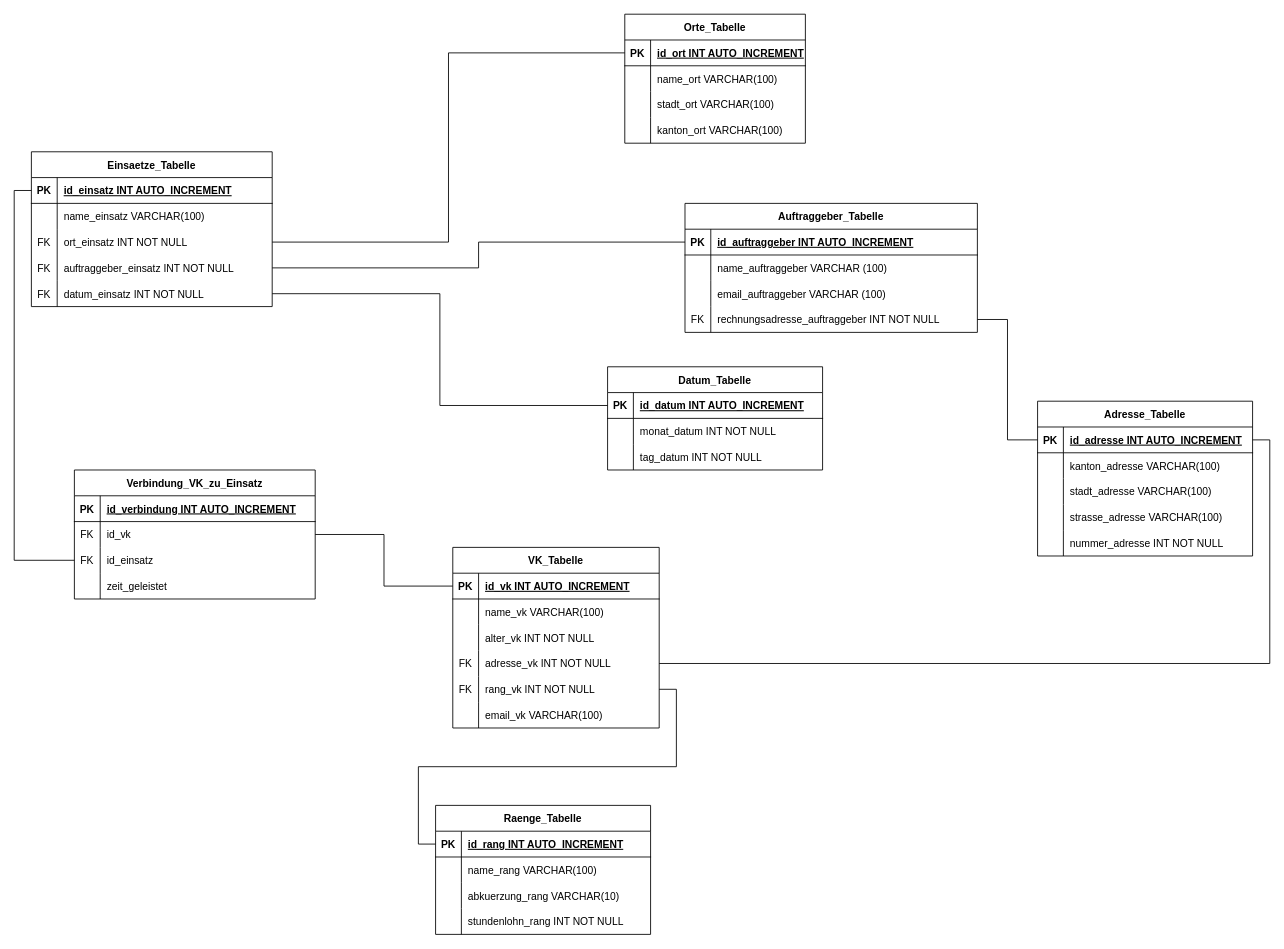
This is ERM_Datenbank.drawio from CMSuisse/ef5-Datenbank-Projekt, a draw.io file, before an edit. Source tidied: cells renumbered, new cells numbered last; positions are measured from the earlier drawing's top-left corner, leaving out a move shared by most shapes. Both pictures are drawn from the tidied source at 86%, with x=0, y=0 at pixel (31, 14).
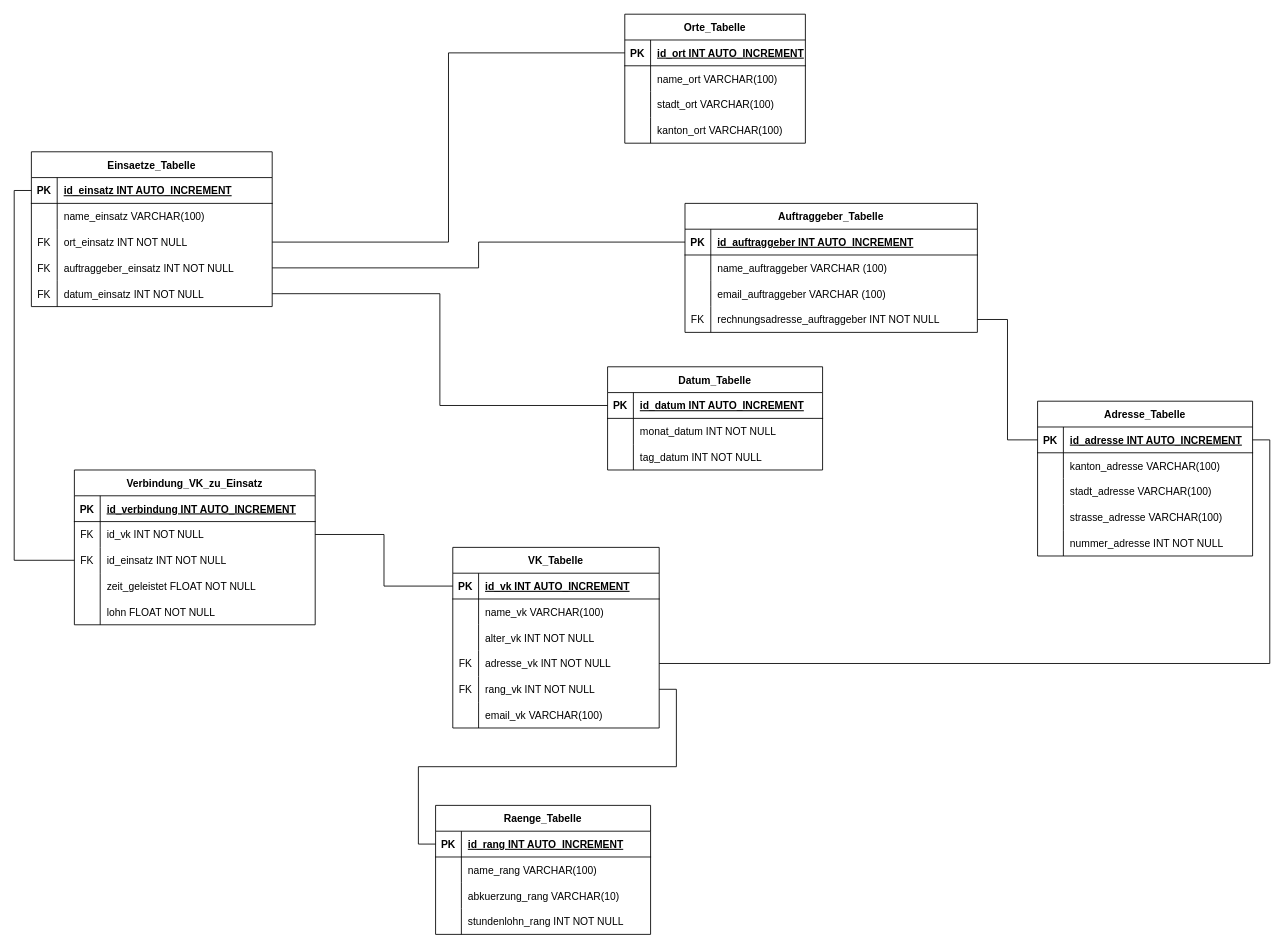
The same page after the edit.

Commit message:
Slightly changed the ERM

The change refers to these unchanged cells:
```xml
<mxCell id="112" style="shape=tableRow;horizontal=0;startSize=0;swimlaneHead=0;swimlaneBody=0;fillColor=none;points=[[0,0.5],[1,0.5]];portConstraint=eastwest;top=0;left=0;right=0;bottom=0;" parent="108" vertex="1">
  <mxGeometry y="60" width="280" height="30" as="geometry" />
</mxCell>
<mxCell id="115" style="shape=tableRow;horizontal=0;startSize=0;swimlaneHead=0;swimlaneBody=0;fillColor=none;points=[[0,0.5],[1,0.5]];portConstraint=eastwest;top=0;left=0;right=0;bottom=0;" parent="108" vertex="1">
  <mxGeometry y="90" width="280" height="30" as="geometry" />
</mxCell>
<mxCell id="118" style="shape=tableRow;horizontal=0;startSize=0;swimlaneHead=0;swimlaneBody=0;fillColor=none;top=0;left=0;right=0;bottom=0;" parent="108" vertex="1">
  <mxGeometry y="120" width="280" height="30" as="geometry" />
</mxCell>
```

The edit, as a diff of the source:
```diff
@@
     <mxCell id="108" value="Verbindung_VK_zu_Einsatz" style="shape=table;startSize=30;childLayout=tableLayout;rowLines=0;fontStyle=1;align=center;" parent="1" vertex="1">
-      <mxGeometry x="50" y="530" width="280" height="150" as="geometry" />
+      <mxGeometry x="50" y="530" width="280" height="180" as="geometry" />
     </mxCell>
@@
-    <mxCell id="114" value="id_vk" style="shape=partialRectangle;fillColor=none;top=0;left=0;bottom=0;right=0;align=left;spacingLeft=6;overflow=hidden;" parent="112" vertex="1">
+    <mxCell id="114" value="id_vk INT NOT NULL" style="shape=partialRectangle;fillColor=none;top=0;left=0;bottom=0;right=0;align=left;spacingLeft=6;overflow=hidden;" parent="112" vertex="1">
       <mxGeometry x="30" width="250" height="30" as="geometry" />
     </mxCell>
@@
-    <mxCell id="117" value="id_einsatz" style="shape=partialRectangle;fillColor=none;top=0;left=0;bottom=0;right=0;align=left;spacingLeft=6;overflow=hidden;" parent="115" vertex="1">
+    <mxCell id="117" value="id_einsatz INT NOT NULL" style="shape=partialRectangle;fillColor=none;top=0;left=0;bottom=0;right=0;align=left;spacingLeft=6;overflow=hidden;" parent="115" vertex="1">
       <mxGeometry x="30" width="250" height="30" as="geometry" />
     </mxCell>
@@
-    <mxCell id="120" value="zeit_geleistet" style="shape=partialRectangle;fillColor=none;top=0;left=0;bottom=0;right=0;align=left;spacingLeft=6;overflow=hidden;" parent="118" vertex="1">
+    <mxCell id="120" value="zeit_geleistet FLOAT NOT NULL" style="shape=partialRectangle;fillColor=none;top=0;left=0;bottom=0;right=0;align=left;spacingLeft=6;overflow=hidden;" parent="118" vertex="1">
       <mxGeometry x="30" width="250" height="30" as="geometry" />
     </mxCell>
+    <mxCell id="123" style="shape=tableRow;horizontal=0;startSize=0;swimlaneHead=0;swimlaneBody=0;fillColor=none;top=0;left=0;right=0;bottom=0;" parent="108" vertex="1">
+      <mxGeometry y="150" width="280" height="30" as="geometry" />
+    </mxCell>
+    <mxCell id="124" style="shape=partialRectangle;fillColor=none;top=0;left=0;bottom=0;right=0;overflow=hidden;" parent="123" vertex="1">
+      <mxGeometry width="30" height="30" as="geometry" />
+    </mxCell>
+    <mxCell id="125" value="lohn FLOAT NOT NULL" style="shape=partialRectangle;fillColor=none;top=0;left=0;bottom=0;right=0;align=left;spacingLeft=6;overflow=hidden;" parent="123" vertex="1">
+      <mxGeometry x="30" width="250" height="30" as="geometry" />
+    </mxCell>
```
